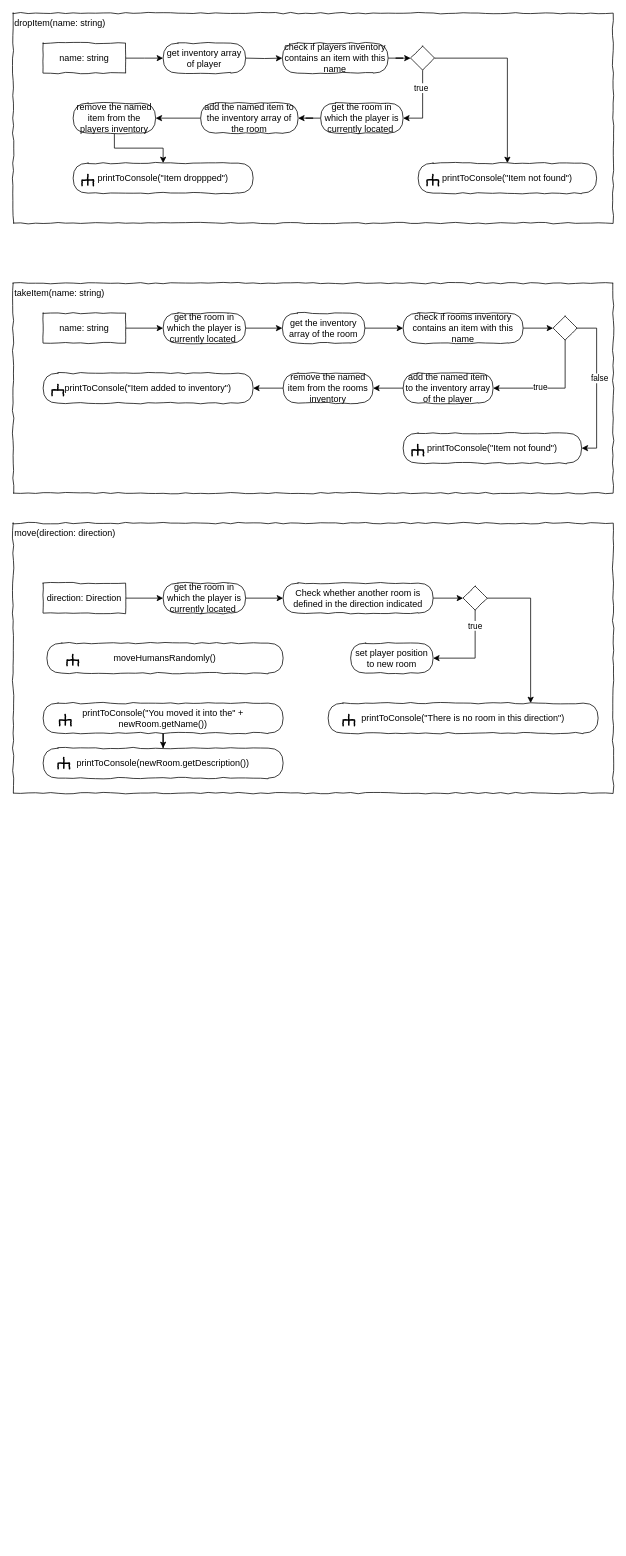
AljoshaVieth/SoftwareDesignTextAdventure keeps this draw.io diagram as page "Player" (2 of 2) of concept/classes.drawio. Above is the earlier version. Source tidied: cells renumbered, new cells numbered last; positions are measured from the earlier drawing's top-left corner, leaving out a move shared by most shapes. Both pictures are drawn from the tidied source at 75%, with x=0, y=0 at pixel (13, 13).
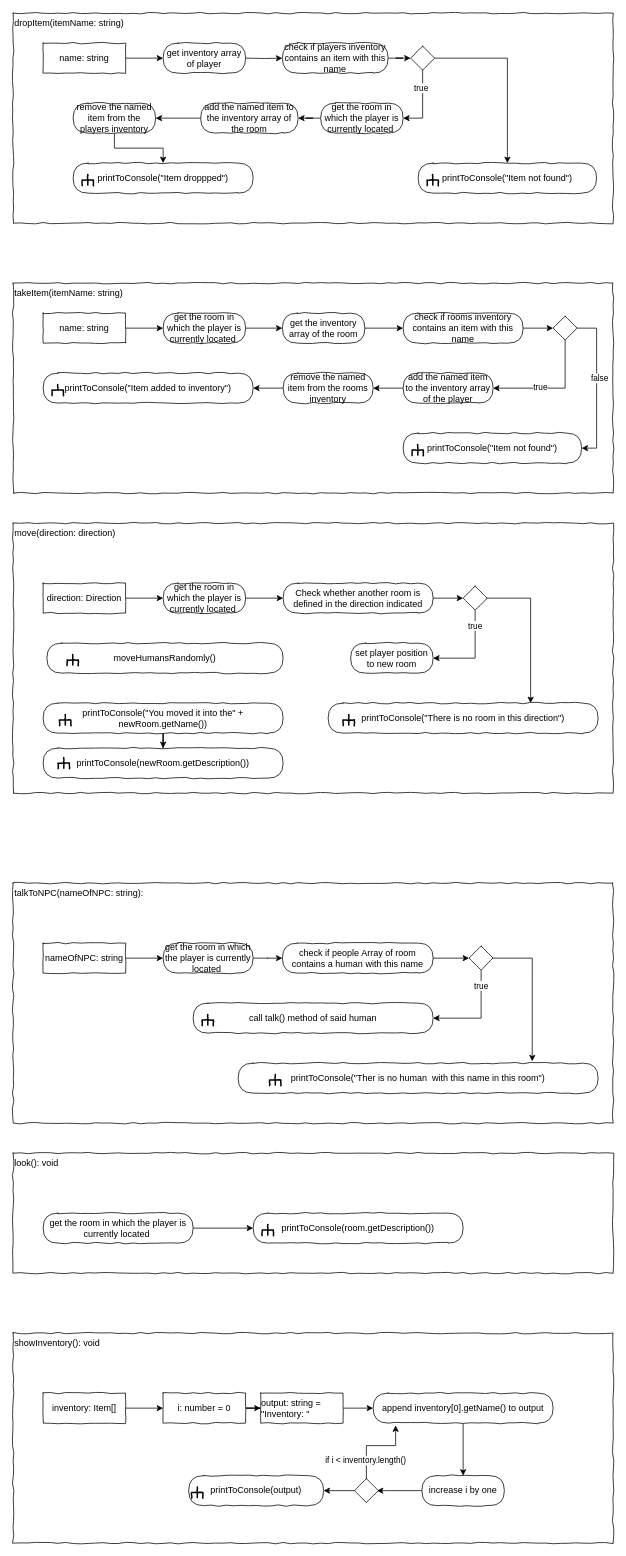
Above is the later version.

Commit message (it also covers changes not shown here):
added more functions to Player

What changed in the source:
```diff
@@
-    <mxCell id="2" value="&lt;div style=&quot;text-align: left&quot;&gt;&lt;span&gt;dropItem(name: string)&lt;/span&gt;&lt;/div&gt;" style="rounded=0;whiteSpace=wrap;html=1;shadow=0;glass=0;comic=1;strokeColor=#000000;labelPosition=center;verticalLabelPosition=middle;align=left;verticalAlign=top;absoluteArcSize=1;arcSize=50;" parent="1" vertex="1">
+    <mxCell id="2" value="&lt;div style=&quot;text-align: left&quot;&gt;&lt;span&gt;dropItem(itemName: string)&lt;/span&gt;&lt;/div&gt;" style="rounded=0;whiteSpace=wrap;html=1;shadow=0;glass=0;comic=1;strokeColor=#000000;labelPosition=center;verticalLabelPosition=middle;align=left;verticalAlign=top;absoluteArcSize=1;arcSize=50;" parent="1" vertex="1">
       <mxGeometry width="800" height="280" as="geometry" />
     </mxCell>
@@
-    <mxCell id="26" value="&lt;div style=&quot;text-align: left&quot;&gt;&lt;span&gt;takeItem(name: string)&lt;/span&gt;&lt;/div&gt;" style="rounded=0;whiteSpace=wrap;html=1;shadow=0;glass=0;comic=1;strokeColor=#000000;labelPosition=center;verticalLabelPosition=middle;align=left;verticalAlign=top;absoluteArcSize=1;arcSize=50;" parent="1" vertex="1">
+    <mxCell id="26" value="&lt;div style=&quot;text-align: left&quot;&gt;&lt;span&gt;takeItem(itemName: string)&lt;/span&gt;&lt;/div&gt;" style="rounded=0;whiteSpace=wrap;html=1;shadow=0;glass=0;comic=1;strokeColor=#000000;labelPosition=center;verticalLabelPosition=middle;align=left;verticalAlign=top;absoluteArcSize=1;arcSize=50;" parent="1" vertex="1">
       <mxGeometry y="360" width="800" height="280" as="geometry" />
     </mxCell>
@@
+    <mxCell id="78" value="&lt;div style=&quot;text-align: left&quot;&gt;&lt;span&gt;talkToNPC(nameOfNPC: string):&lt;/span&gt;&lt;/div&gt;" style="rounded=0;whiteSpace=wrap;html=1;shadow=0;glass=0;comic=1;strokeColor=#000000;labelPosition=center;verticalLabelPosition=middle;align=left;verticalAlign=top;absoluteArcSize=1;arcSize=50;" parent="1" vertex="1">
+      <mxGeometry y="1160" width="800" height="320" as="geometry" />
+    </mxCell>
+    <mxCell id="79" style="edgeStyle=orthogonalEdgeStyle;rounded=0;jettySize=auto;html=1;entryX=0;entryY=0.5;entryDx=0;entryDy=0;" parent="1" edge="1" source="80" target="82">
+      <mxGeometry relative="1" as="geometry" />
+    </mxCell>
+    <mxCell id="80" value="&lt;div style=&quot;text-align: left&quot;&gt;nameOfNPC: string&lt;/div&gt;" style="rounded=0;whiteSpace=wrap;html=1;comic=1;" parent="1" vertex="1">
+      <mxGeometry x="40" y="1240" width="110" height="40" as="geometry" />
+    </mxCell>
+    <mxCell id="81" style="edgeStyle=orthogonalEdgeStyle;rounded=0;jettySize=auto;html=1;entryX=0;entryY=0.5;entryDx=0;entryDy=0;" parent="1" edge="1" source="82" target="84">
+      <mxGeometry relative="1" as="geometry" />
+    </mxCell>
+    <mxCell id="82" value="get the room in which the player is currently located&amp;nbsp;" style="rounded=1;whiteSpace=wrap;html=1;absoluteArcSize=1;arcSize=50;strokeWidth=1;shadow=0;comic=1;" parent="1" vertex="1">
+      <mxGeometry x="200" y="1240" width="120" height="40" as="geometry" />
+    </mxCell>
+    <mxCell id="83" style="edgeStyle=orthogonalEdgeStyle;rounded=0;jettySize=auto;html=1;entryX=0;entryY=0.5;entryDx=0;entryDy=0;" parent="1" edge="1" source="84" target="88">
+      <mxGeometry relative="1" as="geometry" />
+    </mxCell>
+    <mxCell id="84" value="check if people Array of room contains a human with this name" style="rounded=1;whiteSpace=wrap;html=1;absoluteArcSize=1;arcSize=50;strokeWidth=1;shadow=0;comic=1;" parent="1" vertex="1">
+      <mxGeometry x="359" y="1240" width="201" height="40" as="geometry" />
+    </mxCell>
+    <mxCell id="85" style="edgeStyle=orthogonalEdgeStyle;rounded=0;jettySize=auto;html=1;" parent="1" edge="1" source="88" target="89">
+      <mxGeometry relative="1" as="geometry">
+        <Array as="points">
+          <mxPoint x="624" y="1340" />
+        </Array>
+      </mxGeometry>
+    </mxCell>
+    <mxCell id="86" value="true" style="edgeLabel;html=1;align=center;verticalAlign=middle;" parent="85" vertex="1">
+      <mxGeometry x="-0.69" y="-1" relative="1" as="geometry" />
+    </mxCell>
+    <mxCell id="87" style="edgeStyle=orthogonalEdgeStyle;rounded=0;jettySize=auto;html=1;entryX=0.817;entryY=-0.062;entryDx=0;entryDy=0;entryPerimeter=0;" parent="1" edge="1" source="88" target="90">
+      <mxGeometry relative="1" as="geometry">
+        <Array as="points">
+          <mxPoint x="692" y="1260" />
+        </Array>
+      </mxGeometry>
+    </mxCell>
+    <mxCell id="88" style="rhombus;whiteSpace=wrap;html=1;rounded=0;shadow=0;glass=0;comic=1;strokeColor=#000000;align=left;" parent="1" vertex="1">
+      <mxGeometry x="608" y="1244" width="32" height="32" as="geometry" />
+    </mxCell>
+    <mxCell id="89" value="call talk() method of said human" style="rounded=1;whiteSpace=wrap;html=1;absoluteArcSize=1;arcSize=50;strokeWidth=1;shadow=0;comic=1;" parent="1" vertex="1">
+      <mxGeometry x="240" y="1320" width="320" height="40" as="geometry" />
+    </mxCell>
+    <mxCell id="90" value="printToConsole(&quot;Ther is no human&amp;nbsp; with this name in this room&quot;)" style="rounded=1;whiteSpace=wrap;html=1;absoluteArcSize=1;arcSize=50;strokeWidth=1;shadow=0;comic=1;" parent="1" vertex="1">
+      <mxGeometry x="300" y="1400" width="480" height="40" as="geometry" />
+    </mxCell>
+    <mxCell id="91" style="group;rotation=90;" parent="1" vertex="1">
+      <mxGeometry x="250" y="1330" width="20" height="20" as="geometry" />
+    </mxCell>
+    <mxCell id="92" style="strokeWidth=2;html=1;shape=mxgraph.flowchart.annotation_2;align=left;rounded=1;comic=1;rotation=90;" parent="91" vertex="1">
+      <mxGeometry x="2" y="5" width="15" height="15" as="geometry" />
+    </mxCell>
+    <mxCell id="93" style="endArrow=none;html=1;entryX=0.508;entryY=0.487;entryPerimeter=0;exitX=1;exitY=0.5;exitPerimeter=0;strokeWidth=2;" parent="91" edge="1" source="92" target="92">
+      <mxGeometry relative="1" as="geometry" />
+    </mxCell>
+    <mxCell id="94" style="group;rotation=90;" parent="1" vertex="1">
+      <mxGeometry x="340" y="1410" width="20" height="20" as="geometry" />
+    </mxCell>
+    <mxCell id="95" style="strokeWidth=2;html=1;shape=mxgraph.flowchart.annotation_2;align=left;rounded=1;comic=1;rotation=90;" parent="94" vertex="1">
+      <mxGeometry x="2" y="5" width="15" height="15" as="geometry" />
+    </mxCell>
+    <mxCell id="96" style="endArrow=none;html=1;entryX=0.508;entryY=0.487;entryPerimeter=0;exitX=1;exitY=0.5;exitPerimeter=0;strokeWidth=2;" parent="94" edge="1" source="95" target="95">
+      <mxGeometry relative="1" as="geometry" />
+    </mxCell>
+    <mxCell id="97" value="&lt;div style=&quot;text-align: left&quot;&gt;&lt;span&gt;look(): void&lt;/span&gt;&lt;/div&gt;" style="rounded=0;whiteSpace=wrap;html=1;shadow=0;glass=0;comic=1;strokeColor=#000000;labelPosition=center;verticalLabelPosition=middle;align=left;verticalAlign=top;absoluteArcSize=1;arcSize=50;" parent="1" vertex="1">
+      <mxGeometry y="1520" width="800" height="160" as="geometry" />
+    </mxCell>
+    <mxCell id="98" style="edgeStyle=orthogonalEdgeStyle;rounded=0;jettySize=auto;html=1;entryX=0;entryY=0.5;entryDx=0;entryDy=0;" parent="1" edge="1" source="99" target="100">
+      <mxGeometry relative="1" as="geometry" />
+    </mxCell>
+    <mxCell id="99" value="get the room in which the player is currently located&amp;nbsp;" style="rounded=1;whiteSpace=wrap;html=1;absoluteArcSize=1;arcSize=50;strokeWidth=1;shadow=0;comic=1;" parent="1" vertex="1">
+      <mxGeometry x="40" y="1600" width="200" height="40" as="geometry" />
+    </mxCell>
+    <mxCell id="100" value="printToConsole(room.getDescription())" style="rounded=1;whiteSpace=wrap;html=1;absoluteArcSize=1;arcSize=50;strokeWidth=1;shadow=0;comic=1;" parent="1" vertex="1">
+      <mxGeometry x="320" y="1600" width="280" height="40" as="geometry" />
+    </mxCell>
+    <mxCell id="101" style="group;rotation=90;" parent="1" vertex="1">
+      <mxGeometry x="330" y="1610" width="20" height="20" as="geometry" />
+    </mxCell>
+    <mxCell id="102" style="strokeWidth=2;html=1;shape=mxgraph.flowchart.annotation_2;align=left;rounded=1;comic=1;rotation=90;" parent="101" vertex="1">
+      <mxGeometry x="2" y="5" width="15" height="15" as="geometry" />
+    </mxCell>
+    <mxCell id="103" style="endArrow=none;html=1;entryX=0.508;entryY=0.487;entryPerimeter=0;exitX=1;exitY=0.5;exitPerimeter=0;strokeWidth=2;" parent="101" edge="1" source="102" target="102">
+      <mxGeometry relative="1" as="geometry" />
+    </mxCell>
+    <mxCell id="104" value="&lt;div style=&quot;text-align: left&quot;&gt;&lt;span&gt;showInventory(): void&lt;/span&gt;&lt;/div&gt;" style="rounded=0;whiteSpace=wrap;html=1;shadow=0;glass=0;comic=1;strokeColor=#000000;labelPosition=center;verticalLabelPosition=middle;align=left;verticalAlign=top;absoluteArcSize=1;arcSize=50;" parent="1" vertex="1">
+      <mxGeometry y="1760" width="800" height="280" as="geometry" />
+    </mxCell>
+    <mxCell id="105" style="edgeStyle=orthogonalEdgeStyle;rounded=0;jettySize=auto;html=1;" parent="1" edge="1" source="106" target="108">
+      <mxGeometry relative="1" as="geometry" />
+    </mxCell>
+    <mxCell id="106" value="&lt;div style=&quot;text-align: left&quot;&gt;inventory: Item[]&lt;/div&gt;" style="rounded=0;whiteSpace=wrap;html=1;comic=1;" parent="1" vertex="1">
+      <mxGeometry x="40" y="1840" width="110" height="40" as="geometry" />
+    </mxCell>
+    <mxCell id="107" style="edgeStyle=orthogonalEdgeStyle;rounded=0;jettySize=auto;html=1;" parent="1" edge="1" source="108" target="118">
+      <mxGeometry relative="1" as="geometry" />
+    </mxCell>
+    <mxCell id="108" value="&lt;div style=&quot;text-align: left&quot;&gt;i: number = 0&lt;/div&gt;" style="rounded=0;whiteSpace=wrap;html=1;comic=1;" parent="1" vertex="1">
+      <mxGeometry x="200" y="1840" width="110" height="40" as="geometry" />
+    </mxCell>
+    <mxCell id="109" style="edgeStyle=orthogonalEdgeStyle;rounded=0;jettySize=auto;html=1;" parent="1" edge="1" source="110" target="112">
+      <mxGeometry relative="1" as="geometry" />
+    </mxCell>
+    <mxCell id="110" value="append inventory[0].getName() to output" style="rounded=1;whiteSpace=wrap;html=1;absoluteArcSize=1;arcSize=50;strokeWidth=1;shadow=0;comic=1;" parent="1" vertex="1">
+      <mxGeometry x="480" y="1840" width="240" height="40" as="geometry" />
+    </mxCell>
+    <mxCell id="111" style="edgeStyle=orthogonalEdgeStyle;rounded=0;jettySize=auto;html=1;entryX=0.938;entryY=0.501;entryDx=0;entryDy=0;exitX=0;exitY=0.5;exitDx=0;exitDy=0;entryPerimeter=0;" parent="1" edge="1" source="112" target="116">
+      <mxGeometry relative="1" as="geometry">
+        <Array as="points">
+          <mxPoint x="500" y="1970" />
+          <mxPoint x="500" y="1970" />
+        </Array>
+      </mxGeometry>
+    </mxCell>
+    <mxCell id="112" value="increase i by one" style="rounded=1;whiteSpace=wrap;html=1;absoluteArcSize=1;arcSize=50;strokeWidth=1;shadow=0;comic=1;" parent="1" vertex="1">
+      <mxGeometry x="545" y="1950" width="110" height="40" as="geometry" />
+    </mxCell>
+    <mxCell id="113" style="edgeStyle=orthogonalEdgeStyle;rounded=0;jettySize=auto;html=1;entryX=0.125;entryY=1.075;entryDx=0;entryDy=0;entryPerimeter=0;exitX=0.5;exitY=0;exitDx=0;exitDy=0;" parent="1" edge="1" source="116" target="110">
+      <mxGeometry relative="1" as="geometry">
+        <Array as="points">
+          <mxPoint x="471" y="1910" />
+          <mxPoint x="510" y="1910" />
+        </Array>
+      </mxGeometry>
+    </mxCell>
+    <mxCell id="114" value="if i &amp;lt; inventory.length()" style="edgeLabel;html=1;align=center;verticalAlign=middle;" parent="113" vertex="1">
+      <mxGeometry x="-0.39" y="-2" relative="1" as="geometry">
+        <mxPoint x="-4" y="9.7" as="offset" />
+      </mxGeometry>
+    </mxCell>
+    <mxCell id="115" style="edgeStyle=orthogonalEdgeStyle;rounded=0;jettySize=auto;html=1;entryX=1;entryY=0.5;entryDx=0;entryDy=0;" parent="1" edge="1" source="116" target="120">
+      <mxGeometry relative="1" as="geometry" />
+    </mxCell>
+    <mxCell id="116" style="rhombus;whiteSpace=wrap;html=1;rounded=0;shadow=0;glass=0;comic=1;strokeColor=#000000;align=left;" parent="1" vertex="1">
+      <mxGeometry x="455" y="1954" width="32" height="32" as="geometry" />
+    </mxCell>
+    <mxCell id="117" style="edgeStyle=orthogonalEdgeStyle;rounded=0;jettySize=auto;html=1;entryX=0;entryY=0.5;entryDx=0;entryDy=0;" parent="1" edge="1" source="118" target="110">
+      <mxGeometry relative="1" as="geometry" />
+    </mxCell>
+    <mxCell id="118" value="&lt;div style=&quot;text-align: left&quot;&gt;output: string = &quot;Inventory: &quot;&lt;/div&gt;" style="rounded=0;whiteSpace=wrap;html=1;comic=1;" parent="1" vertex="1">
+      <mxGeometry x="330" y="1840" width="110" height="40" as="geometry" />
+    </mxCell>
+    <mxCell id="119" style="group;" parent="1" vertex="1">
+      <mxGeometry x="234" y="1950" width="180" height="40" as="geometry" />
+    </mxCell>
+    <mxCell id="120" value="printToConsole(output)" style="rounded=1;whiteSpace=wrap;html=1;absoluteArcSize=1;arcSize=50;strokeWidth=1;shadow=0;comic=1;" parent="119" vertex="1">
+      <mxGeometry width="180" height="40" as="geometry" />
+    </mxCell>
+    <mxCell id="121" style="group;rotation=90;" parent="119" vertex="1">
+      <mxGeometry x="2" y="10" width="20" height="20" as="geometry" />
+    </mxCell>
+    <mxCell id="122" style="strokeWidth=2;html=1;shape=mxgraph.flowchart.annotation_2;align=left;rounded=1;comic=1;rotation=90;" parent="121" vertex="1">
+      <mxGeometry x="2" y="5" width="15" height="15" as="geometry" />
+    </mxCell>
+    <mxCell id="123" style="endArrow=none;html=1;entryX=0.508;entryY=0.487;entryPerimeter=0;exitX=1;exitY=0.5;exitPerimeter=0;strokeWidth=2;" parent="121" edge="1" source="122" target="122">
+      <mxGeometry relative="1" as="geometry" />
+    </mxCell>
```
